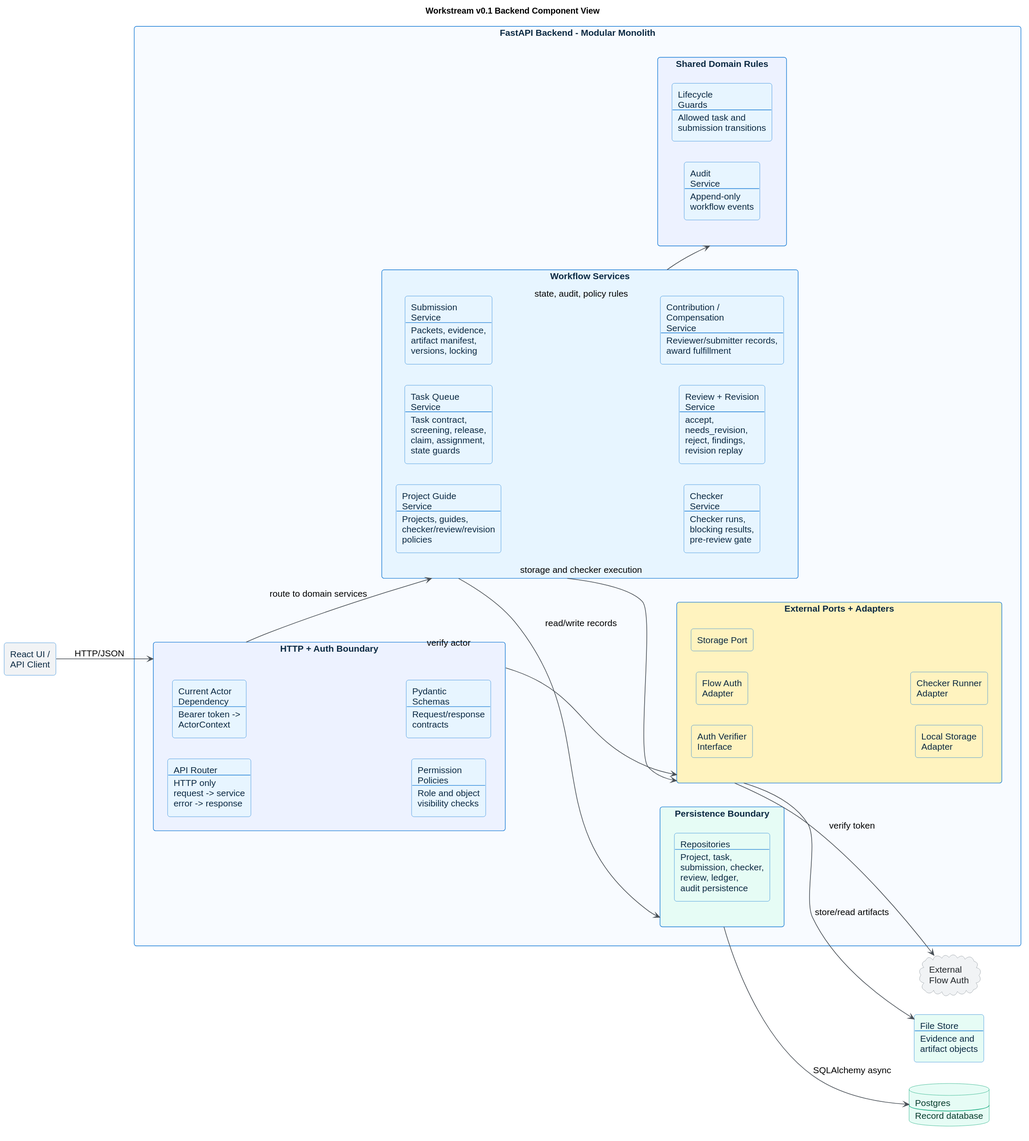
Earlier version of the PlantUML export docs/diagrams/rendered/backend_v01_components.svg (Flow-Research/workstream).
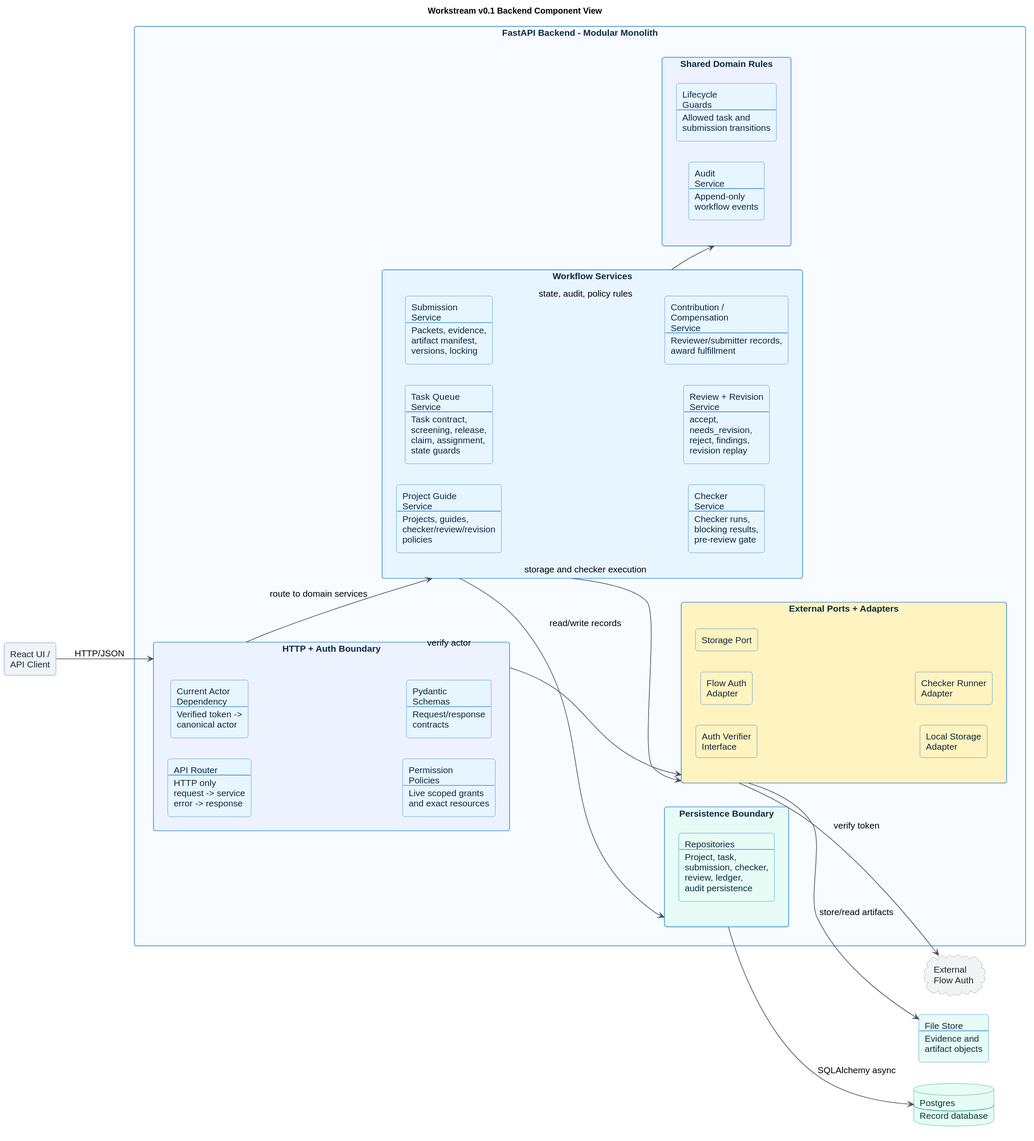
Later version of the same file.

The edit, as a diff of the source:
```diff
@@ -35,8 +35,8 @@
 package "FastAPI Backend - Modular Monolith" as backend #F8FBFF {
   package "HTTP + Auth Boundary" as http_boundary #EDF2FF {
     rectangle "API Router\n----\nHTTP only\nrequest -> service\nerror -> response" as api_router
-    rectangle "Current Actor\nDependency\n----\nBearer token ->\nActorContext" as current_actor
-    rectangle "Permission\nPolicies\n----\nRole and object\nvisibility checks" as permissions
+    rectangle "Current Actor\nDependency\n----\nVerified token ->\ncanonical actor" as current_actor
+    rectangle "Permission\nPolicies\n----\nLive scoped grants\nand exact resources" as permissions
     rectangle "Pydantic\nSchemas\n----\nRequest/response\ncontracts" as schemas
   }
 
```
